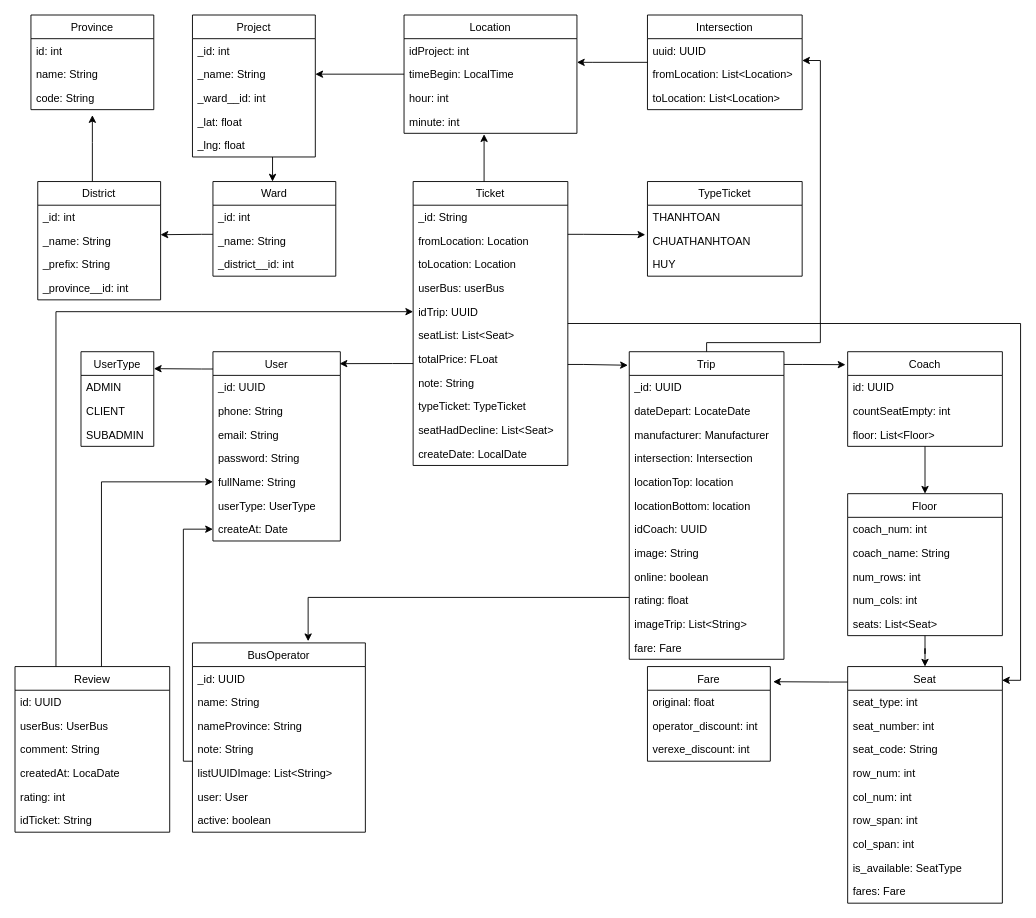
Before: Untitled Diagram.drawio in quannguyen1999/manage-disks, a draw.io diagram. Source tidied: cells renumbered, new cells numbered last; positions are measured from the earlier drawing's top-left corner, leaving out a move shared by most shapes. Both pictures are drawn from the tidied source at 91%, with x=0, y=0 at pixel (15, 15).
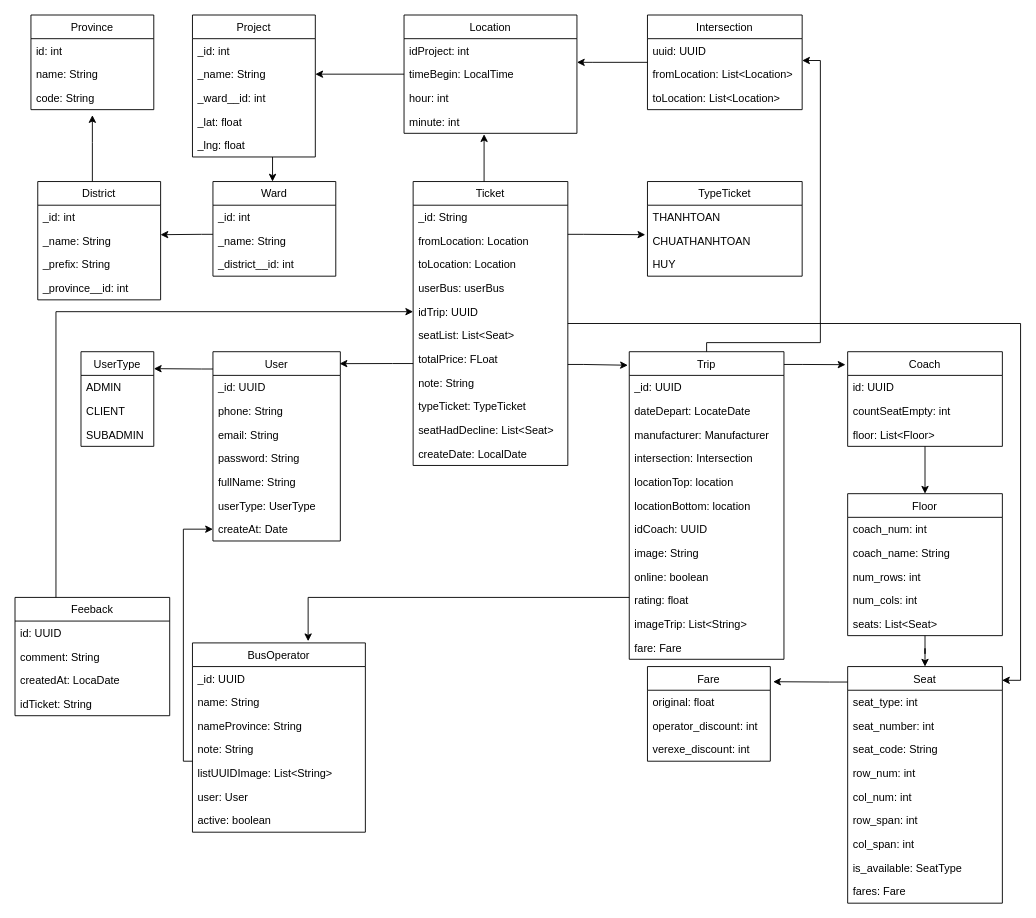
The same diagram, later.

The change refers to these unchanged cells:
```xml
<mxCell id="12" value="fullName: String" style="text;strokeColor=none;fillColor=none;align=left;verticalAlign=top;spacingLeft=4;spacingRight=4;overflow=hidden;points=[[0,0.5],[1,0.5]];portConstraint=eastwest;" parent="7" vertex="1">
  <mxGeometry y="130" width="140" height="26" as="geometry" />
</mxCell>
```

Change to the diagram source:
```diff
@@
-    <mxCell id="118" style="edgeStyle=orthogonalEdgeStyle;rounded=0;jettySize=auto;html=1;entryX=0;entryY=0.5;entryDx=0;entryDy=0;" parent="1" edge="1" source="119" target="12">
-      <mxGeometry relative="1" as="geometry">
-        <Array as="points">
-          <mxPoint x="95" y="513" />
-        </Array>
-      </mxGeometry>
-    </mxCell>
-    <mxCell id="119" value="Review" style="swimlane;fontStyle=0;horizontal=1;startSize=26;fillColor=none;" parent="1" vertex="1">
-      <mxGeometry y="716" width="170" height="182" as="geometry" />
+    <mxCell id="119" value="Feeback" style="swimlane;fontStyle=0;horizontal=1;startSize=26;fillColor=none;" parent="1" vertex="1">
+      <mxGeometry y="640" width="170" height="130" as="geometry" />
     </mxCell>
@@
-    <mxCell id="121" value="userBus: UserBus" style="text;strokeColor=none;fillColor=none;align=left;verticalAlign=top;spacingLeft=4;spacingRight=4;overflow=hidden;" parent="119" vertex="1">
-      <mxGeometry y="52" width="170" height="26" as="geometry" />
-    </mxCell>
     <mxCell id="122" value="comment: String" style="text;strokeColor=none;fillColor=none;align=left;verticalAlign=top;spacingLeft=4;spacingRight=4;overflow=hidden;" parent="119" vertex="1">
-      <mxGeometry y="78" width="170" height="26" as="geometry" />
+      <mxGeometry y="52" width="170" height="26" as="geometry" />
     </mxCell>
     <mxCell id="123" value="createdAt: LocaDate" style="text;strokeColor=none;fillColor=none;align=left;verticalAlign=top;spacingLeft=4;spacingRight=4;overflow=hidden;" parent="119" vertex="1">
-      <mxGeometry y="104" width="170" height="26" as="geometry" />
+      <mxGeometry y="78" width="170" height="26" as="geometry" />
     </mxCell>
-    <mxCell id="124" value="rating: int" style="text;strokeColor=none;fillColor=none;align=left;verticalAlign=top;spacingLeft=4;spacingRight=4;overflow=hidden;" parent="119" vertex="1">
-      <mxGeometry y="130" width="170" height="26" as="geometry" />
-    </mxCell>
     <mxCell id="125" value="idTicket: String" style="text;strokeColor=none;fillColor=none;align=left;verticalAlign=top;spacingLeft=4;spacingRight=4;overflow=hidden;" parent="119" vertex="1">
-      <mxGeometry y="156" width="170" height="26" as="geometry" />
+      <mxGeometry y="104" width="170" height="26" as="geometry" />
     </mxCell>
```
